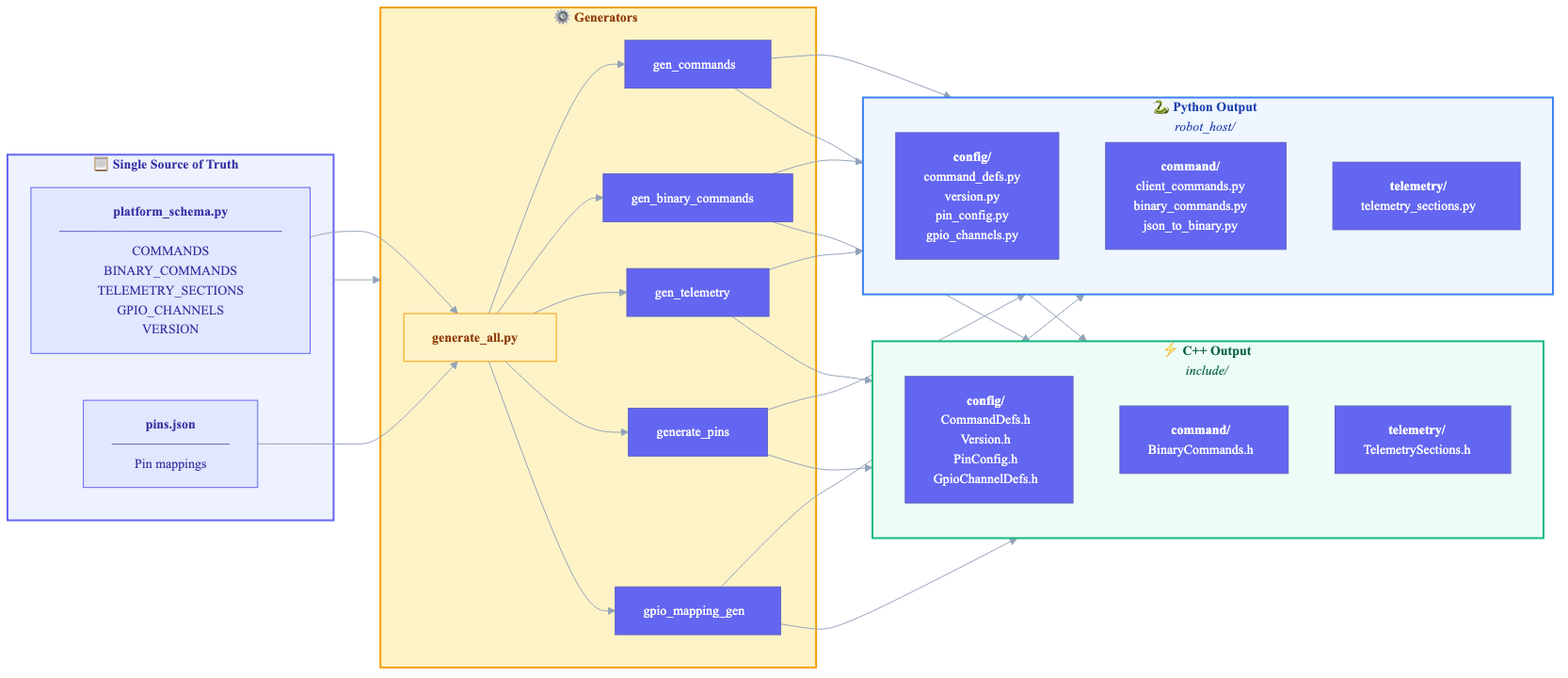
Before: docs/codegen.png, a diagram exported from Mermaid (kwasblue/Mara). Its source is kept beside it as docs/codegen.mmd.
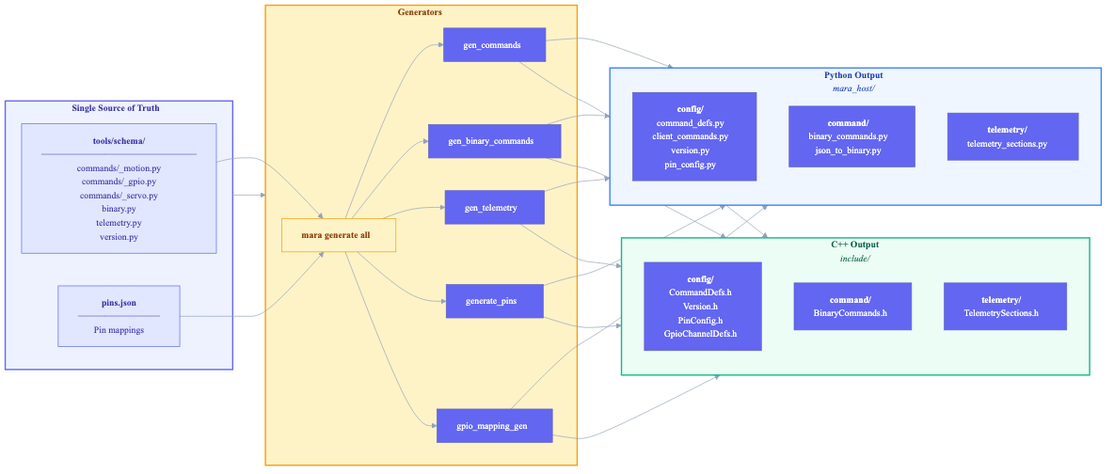
Above is the later version.

Change to the diagram source:
```diff
@@ -11,15 +11,15 @@
 }}%%
 
 flowchart LR
-    subgraph SOURCE["<b>📋 Single Source of Truth</b>"]
+    subgraph SOURCE["<b>Single Source of Truth</b>"]
         direction TB
-        SCHEMA["<b>platform_schema.py</b><br/>━━━━━━━━━━━━━━━━━<br/>COMMANDS<br/>BINARY_COMMANDS<br/>TELEMETRY_SECTIONS<br/>GPIO_CHANNELS<br/>VERSION"]
+        SCHEMA["<b>tools/schema/</b><br/>━━━━━━━━━━━━━━━━━<br/>commands/_motion.py<br/>commands/_gpio.py<br/>commands/_servo.py<br/>binary.py<br/>telemetry.py<br/>version.py"]
         PINS["<b>pins.json</b><br/>━━━━━━━━━<br/>Pin mappings"]
     end
 
-    subgraph GEN["<b>⚙️ Generators</b>"]
+    subgraph GEN["<b>Generators</b>"]
         direction TB
-        GENALL["<b>generate_all.py</b>"]
+        GENALL["<b>mara generate all</b>"]
         G1["gen_commands"]
         G2["gen_binary_commands"]
         G3["gen_telemetry"]
@@ -27,14 +27,14 @@
         G5["gpio_mapping_gen"]
     end
 
-    subgraph PYOUT["<b>🐍 Python Output</b><br/><i>robot_host/</i>"]
+    subgraph PYOUT["<b>Python Output</b><br/><i>mara_host/</i>"]
         direction TB
-        PY1["<b>config/</b><br/>command_defs.py<br/>version.py<br/>pin_config.py<br/>gpio_channels.py"]
-        PY2["<b>command/</b><br/>client_commands.py<br/>binary_commands.py<br/>json_to_binary.py"]
+        PY1["<b>config/</b><br/>command_defs.py<br/>client_commands.py<br/>version.py<br/>pin_config.py"]
+        PY2["<b>command/</b><br/>binary_commands.py<br/>json_to_binary.py"]
         PY3["<b>telemetry/</b><br/>telemetry_sections.py"]
     end
 
-    subgraph CPPOUT["<b>⚡ C++ Output</b><br/><i>include/</i>"]
+    subgraph CPPOUT["<b>C++ Output</b><br/><i>include/</i>"]
         direction TB
         CPP1["<b>config/</b><br/>CommandDefs.h<br/>Version.h<br/>PinConfig.h<br/>GpioChannelDefs.h"]
         CPP2["<b>command/</b><br/>BinaryCommands.h"]
```
